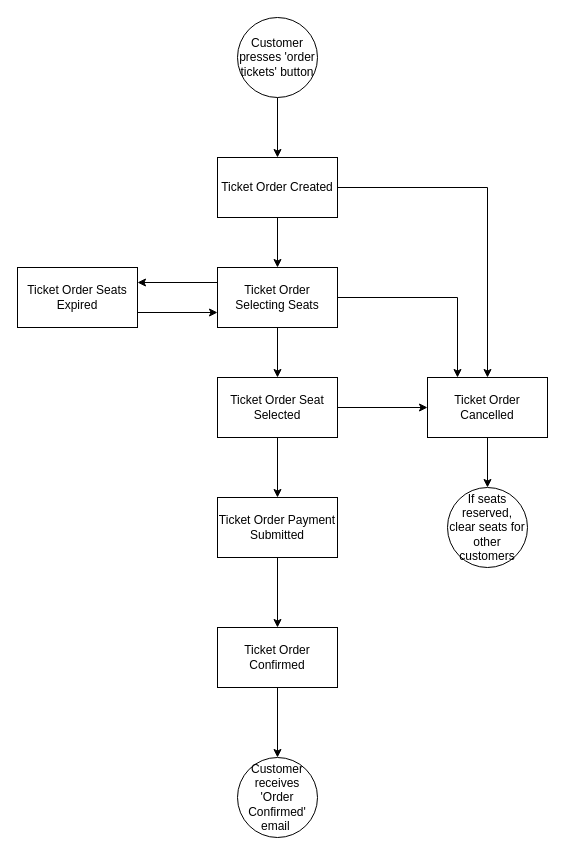
The draw.io diagram page "Saga States" (3 of 4) of MovieMicroservice.drawio in Onyx3910/Movie-Microservice, before the edit. Source tidied: cells renumbered, new cells numbered last; positions are measured from the earlier drawing's top-left corner, leaving out a move shared by most shapes. Both pictures are drawn from the tidied source at 100%, with x=0, y=0 at pixel (17, 17).
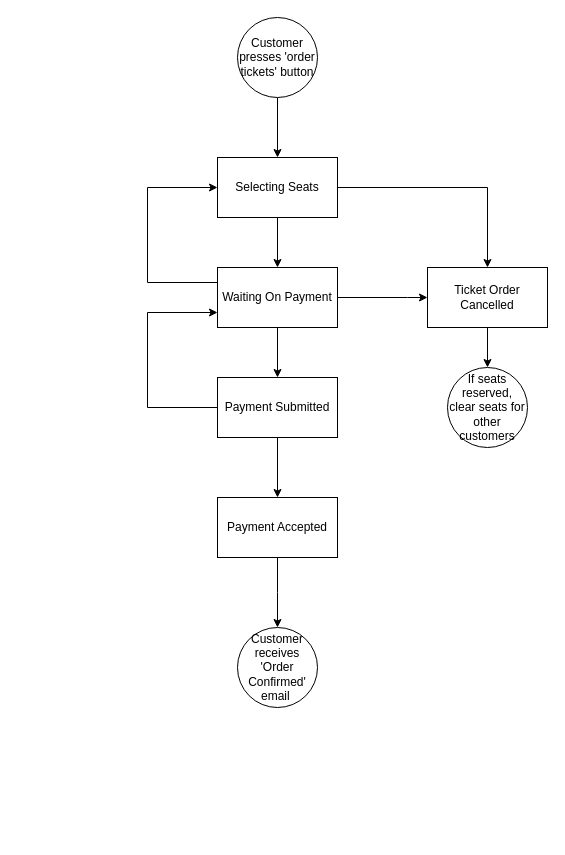
The same diagram, later.

Diff of the diagram source:
```diff
@@
-    <mxCell id="4" value="Ticket Order Created" style="rounded=0;whiteSpace=wrap;html=1;" parent="1" vertex="1">
+    <mxCell id="4" value="Selecting Seats" style="rounded=0;whiteSpace=wrap;html=1;" parent="1" vertex="1">
       <mxGeometry x="200" y="140" width="120" height="60" as="geometry" />
     </mxCell>
@@
-    <mxCell id="6" style="edgeStyle=orthogonalEdgeStyle;rounded=0;jettySize=auto;html=1;exitX=1;exitY=0.5;exitDx=0;exitDy=0;entryX=0;entryY=0.5;entryDx=0;entryDy=0;" parent="1" edge="1" source="7" target="9">
-      <mxGeometry relative="1" as="geometry" />
-    </mxCell>
+    <mxCell id="24" style="edgeStyle=orthogonalEdgeStyle;rounded=0;jettySize=auto;html=1;exitX=0;exitY=0.5;exitDx=0;exitDy=0;entryX=0;entryY=0.75;entryDx=0;entryDy=0;" parent="1" edge="1" source="7" target="21">
+      <mxGeometry relative="1" as="geometry">
+        <Array as="points">
+          <mxPoint x="130" y="390" />
+          <mxPoint x="130" y="295" />
+        </Array>
+      </mxGeometry>
+    </mxCell>
-    <mxCell id="7" value="Ticket Order Seat Selected" style="rounded=0;whiteSpace=wrap;html=1;" parent="1" vertex="1">
+    <mxCell id="7" value="Payment Submitted" style="rounded=0;whiteSpace=wrap;html=1;" parent="1" vertex="1">
       <mxGeometry x="200" y="360" width="120" height="60" as="geometry" />
     </mxCell>
@@
     <mxCell id="9" value="Ticket Order Cancelled" style="rounded=0;whiteSpace=wrap;html=1;" parent="1" vertex="1">
-      <mxGeometry x="410" y="360" width="120" height="60" as="geometry" />
+      <mxGeometry x="410" y="250" width="120" height="60" as="geometry" />
     </mxCell>
-    <mxCell id="10" style="edgeStyle=orthogonalEdgeStyle;rounded=0;jettySize=auto;html=1;exitX=0.5;exitY=1;exitDx=0;exitDy=0;entryX=0.5;entryY=0;entryDx=0;entryDy=0;" parent="1" edge="1" source="11" target="13">
-      <mxGeometry relative="1" as="geometry" />
+    <mxCell id="10" style="edgeStyle=orthogonalEdgeStyle;rounded=0;jettySize=auto;html=1;exitX=0.5;exitY=1;exitDx=0;exitDy=0;entryX=0.5;entryY=0;entryDx=0;entryDy=0;" parent="1" edge="1" source="11">
+      <mxGeometry relative="1" as="geometry">
+        <mxPoint x="260" y="610" as="targetPoint" />
+      </mxGeometry>
     </mxCell>
-    <mxCell id="11" value="Ticket Order Payment Submitted" style="rounded=0;whiteSpace=wrap;html=1;" parent="1" vertex="1">
+    <mxCell id="11" value="Payment Accepted" style="rounded=0;whiteSpace=wrap;html=1;" parent="1" vertex="1">
       <mxGeometry x="200" y="480" width="120" height="60" as="geometry" />
     </mxCell>
-    <mxCell id="12" style="edgeStyle=orthogonalEdgeStyle;rounded=0;jettySize=auto;html=1;exitX=0.5;exitY=1;exitDx=0;exitDy=0;entryX=0.5;entryY=0;entryDx=0;entryDy=0;" parent="1" edge="1" source="13" target="16">
-      <mxGeometry relative="1" as="geometry" />
-    </mxCell>
-    <mxCell id="13" value="Ticket Order Confirmed" style="rounded=0;whiteSpace=wrap;html=1;" parent="1" vertex="1">
-      <mxGeometry x="200" y="610" width="120" height="60" as="geometry" />
-    </mxCell>
@@
     <mxCell id="16" value="Customer receives 'Order Confirmed' email&amp;nbsp;" style="ellipse;whiteSpace=wrap;html=1;" parent="1" vertex="1">
-      <mxGeometry x="220" y="740" width="80" height="80" as="geometry" />
+      <mxGeometry x="220" y="610" width="80" height="80" as="geometry" />
     </mxCell>
     <mxCell id="17" value="If seats reserved, clear seats for other customers" style="ellipse;whiteSpace=wrap;html=1;" parent="1" vertex="1">
-      <mxGeometry x="430" y="470" width="80" height="80" as="geometry" />
+      <mxGeometry x="430" y="350" width="80" height="80" as="geometry" />
     </mxCell>
@@
-    <mxCell id="19" style="edgeStyle=orthogonalEdgeStyle;rounded=0;jettySize=auto;html=1;exitX=1;exitY=0.5;exitDx=0;exitDy=0;entryX=0.25;entryY=0;entryDx=0;entryDy=0;" parent="1" edge="1" source="21" target="9">
-      <mxGeometry relative="1" as="geometry" />
+    <mxCell id="19" style="edgeStyle=orthogonalEdgeStyle;rounded=0;jettySize=auto;html=1;exitX=1;exitY=0.5;exitDx=0;exitDy=0;entryX=0;entryY=0.5;entryDx=0;entryDy=0;" parent="1" edge="1" source="21" target="9">
+      <mxGeometry relative="1" as="geometry">
+        <Array as="points">
+          <mxPoint x="390" y="280" />
+          <mxPoint x="390" y="280" />
+        </Array>
+      </mxGeometry>
     </mxCell>
-    <mxCell id="20" style="edgeStyle=orthogonalEdgeStyle;rounded=0;jettySize=auto;html=1;exitX=0;exitY=0.25;exitDx=0;exitDy=0;entryX=1;entryY=0.25;entryDx=0;entryDy=0;" parent="1" edge="1" source="21" target="23">
-      <mxGeometry relative="1" as="geometry" />
-    </mxCell>
+    <mxCell id="25" style="edgeStyle=orthogonalEdgeStyle;rounded=0;jettySize=auto;html=1;exitX=0;exitY=0.25;exitDx=0;exitDy=0;entryX=0;entryY=0.5;entryDx=0;entryDy=0;" parent="1" edge="1" source="21" target="4">
+      <mxGeometry relative="1" as="geometry">
+        <Array as="points">
+          <mxPoint x="130" y="265" />
+          <mxPoint x="130" y="170" />
+        </Array>
+      </mxGeometry>
+    </mxCell>
-    <mxCell id="21" value="Ticket Order Selecting Seats" style="rounded=0;whiteSpace=wrap;html=1;" parent="1" vertex="1">
+    <mxCell id="21" value="Waiting On Payment" style="rounded=0;whiteSpace=wrap;html=1;" parent="1" vertex="1">
       <mxGeometry x="200" y="250" width="120" height="60" as="geometry" />
     </mxCell>
-    <mxCell id="22" style="edgeStyle=orthogonalEdgeStyle;rounded=0;jettySize=auto;html=1;exitX=1;exitY=0.75;exitDx=0;exitDy=0;entryX=0;entryY=0.75;entryDx=0;entryDy=0;" parent="1" edge="1" source="23" target="21">
-      <mxGeometry relative="1" as="geometry" />
-    </mxCell>
-    <mxCell id="23" value="Ticket Order Seats Expired" style="rounded=0;whiteSpace=wrap;html=1;" parent="1" vertex="1">
-      <mxGeometry y="250" width="120" height="60" as="geometry" />
-    </mxCell>
```
